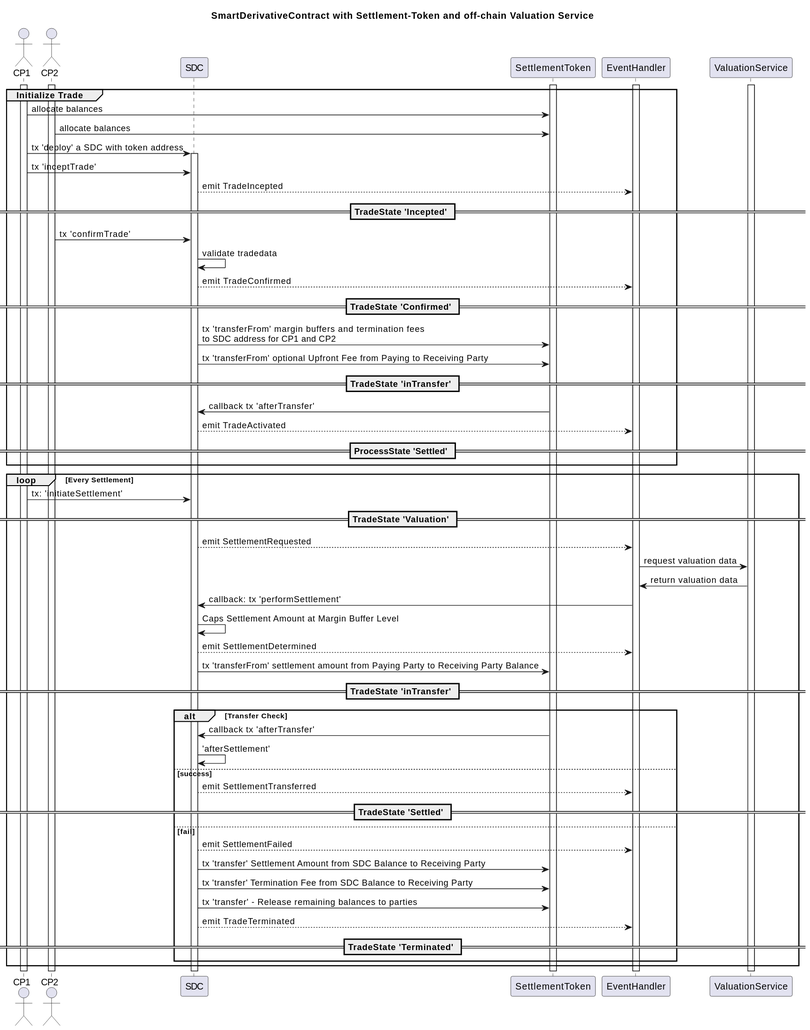
ethereum/ERCs keeps this PlantUML diagram as assets/erc-6123/doc/sequence.svg. Above is the earlier version.
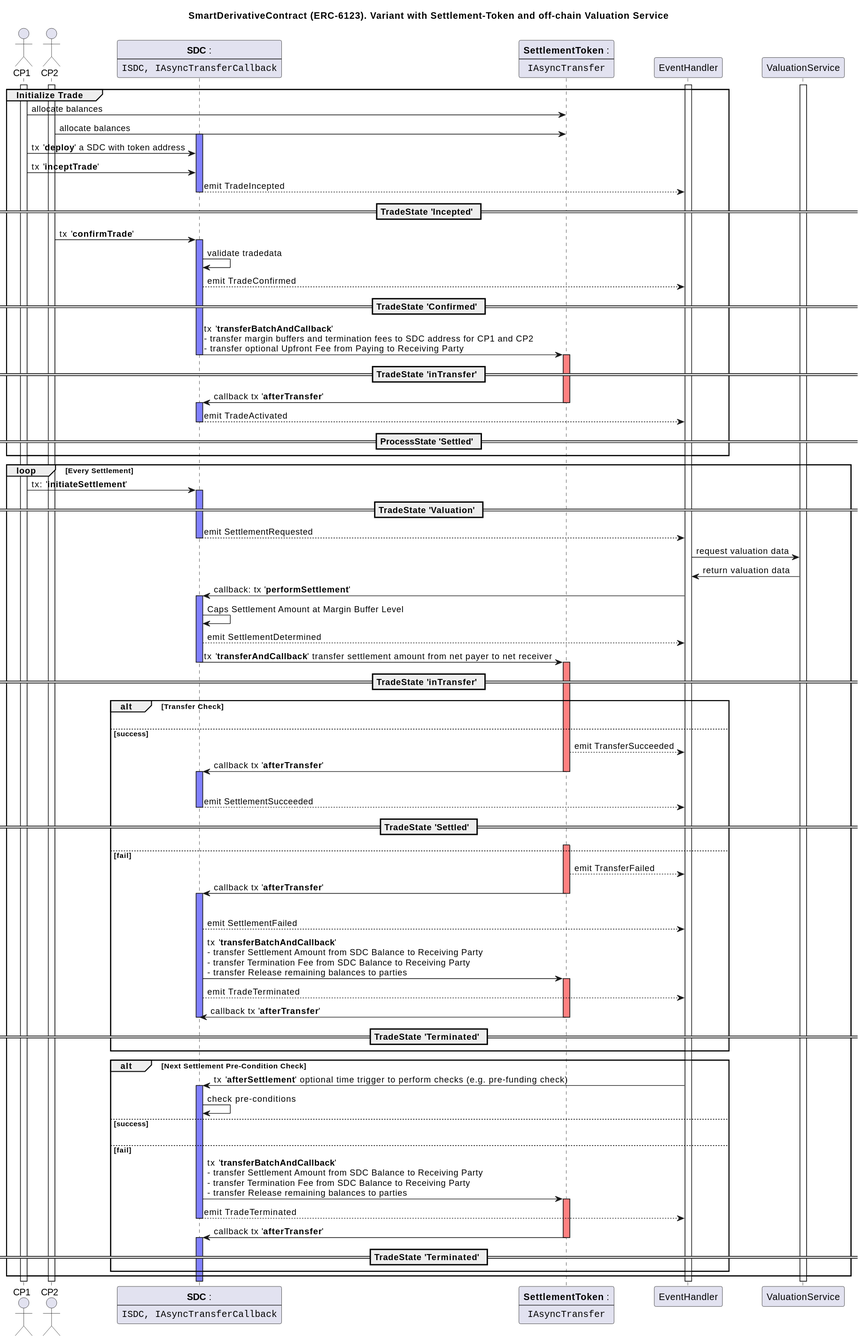
After the change.

Commit message:
Adding the event SettlementAwaitingInitiation (TODO: add it implementation and test). Updating UML.

The edit, as a diff of the source:
```diff
@@ -1,18 +1,25 @@
 @startuml
-title SmartDerivativeContract with Settlement-Token and off-chain Valuation Service
+title SmartDerivativeContract (ERC-6123). Variant with Settlement-Token and off-chain Valuation Service
 
-	actor CP1
-	actor CP2
+actor CP1
+actor CP2
 
-	participant SDC
+participant SDC [
+    **SDC** :
+    ----
+    ""ISDC, IAsyncTransferCallback""
+]
 
-    participant SettlementToken
+participant SettlementToken [
+    **SettlementToken** :
+    ----
+    ""IAsyncTransfer""
+]
 
-	participant EventHandler
-	participant ValuationService
+participant EventHandler
+participant ValuationService
 
 activate EventHandler
-activate SettlementToken
 activate ValuationService
 
 activate CP1
@@ -21,66 +28,130 @@
 group Initialize Trade
 CP1 ->SettlementToken: allocate balances
 CP2 ->SettlementToken: allocate balances
-CP1 ->SDC: tx 'deploy' a SDC with token address
-activate SDC
-CP1 ->SDC:                 tx 'inceptTrade'
+activate SDC #8080FF
+CP1 ->SDC: tx '**deploy**' a SDC with token address
+
+CP1 ->SDC:                 tx '**inceptTrade**'
 
 SDC-->EventHandler: emit TradeIncepted
-== TradeState 'Incepted' ==
 
-    CP2->SDC: tx 'confirmTrade'
+== TradeState '**Incepted**' ==
+deactivate SDC
+
+    CP2->SDC: tx '**confirmTrade**'
+activate SDC #8080FF
     SDC->SDC: validate tradedata
 
     SDC-->EventHandler: emit TradeConfirmed
 
-== TradeState 'Confirmed' ==
+== TradeState '**Confirmed**' ==
 
-    SDC -> SettlementToken: tx 'transferFrom' margin buffers and termination fees\nto SDC address for CP1 and CP2
-    SDC -> SettlementToken: tx 'transferFrom' optional Upfront Fee from Paying to Receiving Party
+    SDC -> SettlementToken: tx '**transferBatchAndCallback**' \n- transfer margin buffers and termination fees to SDC address for CP1 and CP2\n-  transfer optional Upfront Fee from Paying to Receiving Party
+    deactivate SDC
+    activate SettlementToken #FF8080
 
-==  TradeState 'inTransfer' ==
+==  TradeState '**inTransfer**' ==
 
-    SettlementToken->SDC: callback tx 'afterTransfer'
+    SettlementToken->SDC: callback tx '**afterTransfer**'
+    deactivate SettlementToken
+    activate SDC #8080FF
 
     SDC-->EventHandler: emit TradeActivated
+    deactivate SDC
 
-==ProcessState 'Settled' ==
+==ProcessState '**Settled**' ==
 
 end
 
 loop Every Settlement
 
+    CP1->SDC: tx: '**initiateSettlement**'
+    activate SDC #8080FF
 
-CP1->SDC: tx: 'initiateSettlement'
-
-== TradeState 'Valuation' ==
+== TradeState '**Valuation**' ==
 SDC-->EventHandler:emit SettlementRequested
+    deactivate SDC
 
 EventHandler->ValuationService: request valuation data
 ValuationService->EventHandler: return valuation data
-EventHandler->SDC: callback: tx 'performSettlement'
+
+EventHandler->SDC: callback: tx '**performSettlement**'
+    activate SDC #8080FF
+
 SDC->SDC:Caps Settlement Amount at Margin Buffer Level
 
 SDC-->EventHandler: emit SettlementDetermined
 
-SDC->SettlementToken: tx 'transferFrom' settlement amount from Paying Party to Receiving Party Balance
-== TradeState 'inTransfer' ==
+    SDC->SettlementToken: tx '**transferAndCallback**' transfer settlement amount from net payer to net receiver
+    deactivate SDC
+    activate SettlementToken #FF8080
+
+== TradeState '**inTransfer**' ==
 
 alt Transfer Check
-	SettlementToken->SDC: callback tx 'afterTransfer'
-    SDC->SDC: 'afterSettlement'
+
+    |||
+
 else success
-    SDC-->EventHandler: emit SettlementTransferred
-== TradeState 'Settled' ==
+    SettlementToken-->EventHandler: emit TransferSucceeded
+
+	SettlementToken->SDC: callback tx '**afterTransfer**'
+    deactivate SettlementToken
+    activate SDC #8080FF
+
+    |||
+    SDC-->EventHandler: emit SettlementSucceeded
+
+== TradeState '**Settled**' ==
+    deactivate SDC
+
+    SettlementToken-[#FFF]->EventHandler
 else fail
+
+
+    activate SettlementToken #FF8080
+    SettlementToken-->EventHandler: emit TransferFailed
+
+	SettlementToken->SDC: callback tx '**afterTransfer**'
+    deactivate SettlementToken
+    activate SDC #8080FF
+
+    |||
     SDC-->EventHandler: emit SettlementFailed
 
-	SDC->SettlementToken: tx 'transfer' Settlement Amount from SDC Balance to Receiving Party
-	SDC->SettlementToken: tx 'transfer' Termination Fee from SDC Balance to Receiving Party
-    SDC->SettlementToken: tx 'transfer' - Release remaining balances to parties
+	SDC->SettlementToken: tx '**transferBatchAndCallback**'\n- transfer Settlement Amount from SDC Balance to Receiving Party\n- transfer Termination Fee from SDC Balance to Receiving Party\n- transfer Release remaining balances to parties
+    activate SettlementToken #FF8080
+    SDC-->EventHandler: emit TradeTerminated
 
+	SettlementToken->SDC: callback tx '**afterTransfer**'
+    deactivate SettlementToken
+    deactivate SDC
+
+== TradeState '**Terminated**' ==
+end
+
+
+alt Next Settlement Pre-Condition Check
+    EventHandler->SDC: tx '**afterSettlement**' optional time trigger to perform checks (e.g. pre-funding check)
+
+    activate SDC #8080FF
+
+    SDC-> SDC: check pre-conditions
+else success
+    |||
+
+else fail
+
+	SDC->SettlementToken: tx '**transferBatchAndCallback**'\n- transfer Settlement Amount from SDC Balance to Receiving Party\n- transfer Termination Fee from SDC Balance to Receiving Party\n- transfer Release remaining balances to parties
+    activate SettlementToken #FF8080
     SDC-->EventHandler: emit TradeTerminated
-== TradeState 'Terminated' ==
+
+    deactivate SDC
+	SettlementToken->SDC: callback tx '**afterTransfer**'
+    deactivate SettlementToken
+    activate SDC #8080FF
+
+== TradeState '**Terminated**' ==
 end
 
 
```
